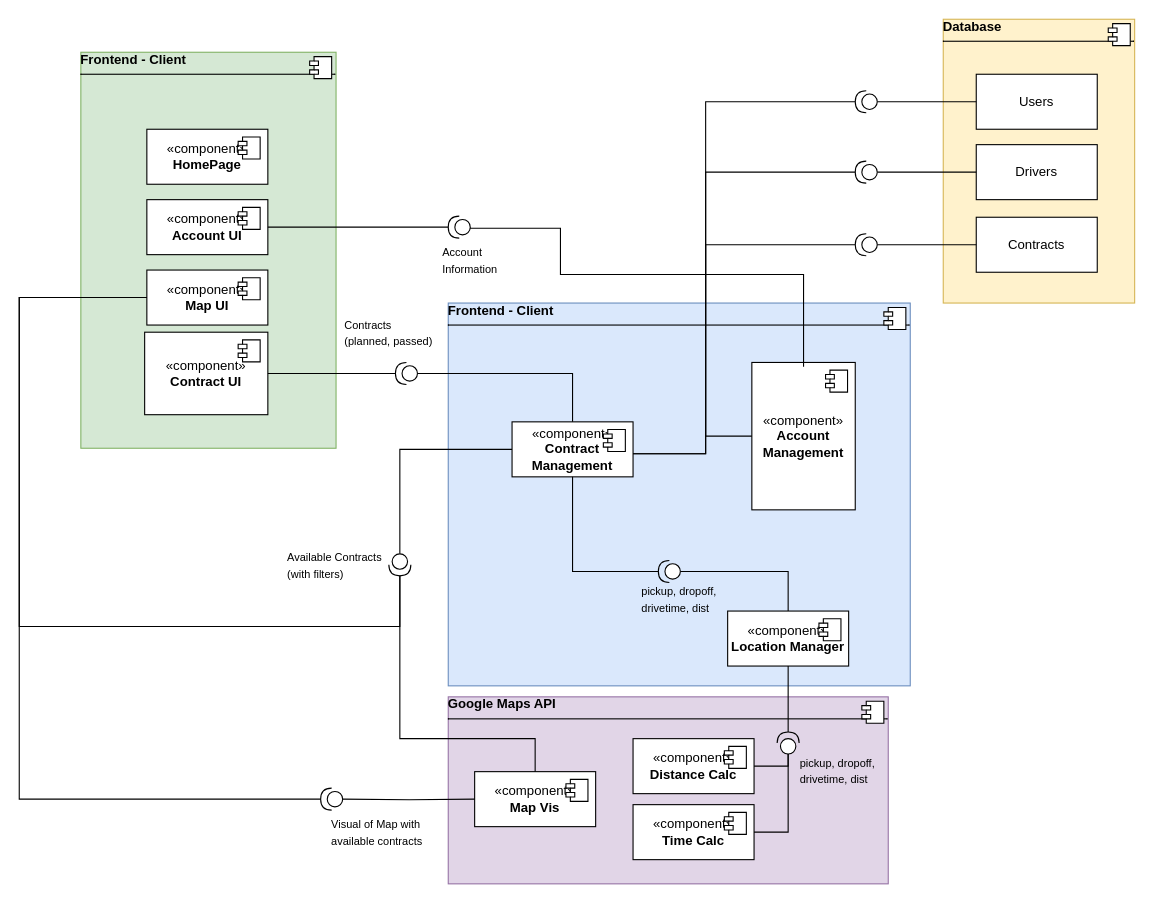
The draw.io diagram Component-Diagram-SoPra-25-Group-39.drawio in dariohug/sopra-25-client, before the edit. Source tidied: cells renumbered, new cells numbered last; positions are measured from the earlier drawing's top-left corner, leaving out a move shared by most shapes. Both pictures are drawn from the tidied source at 110%, with x=0, y=0 at pixel (19, 19).
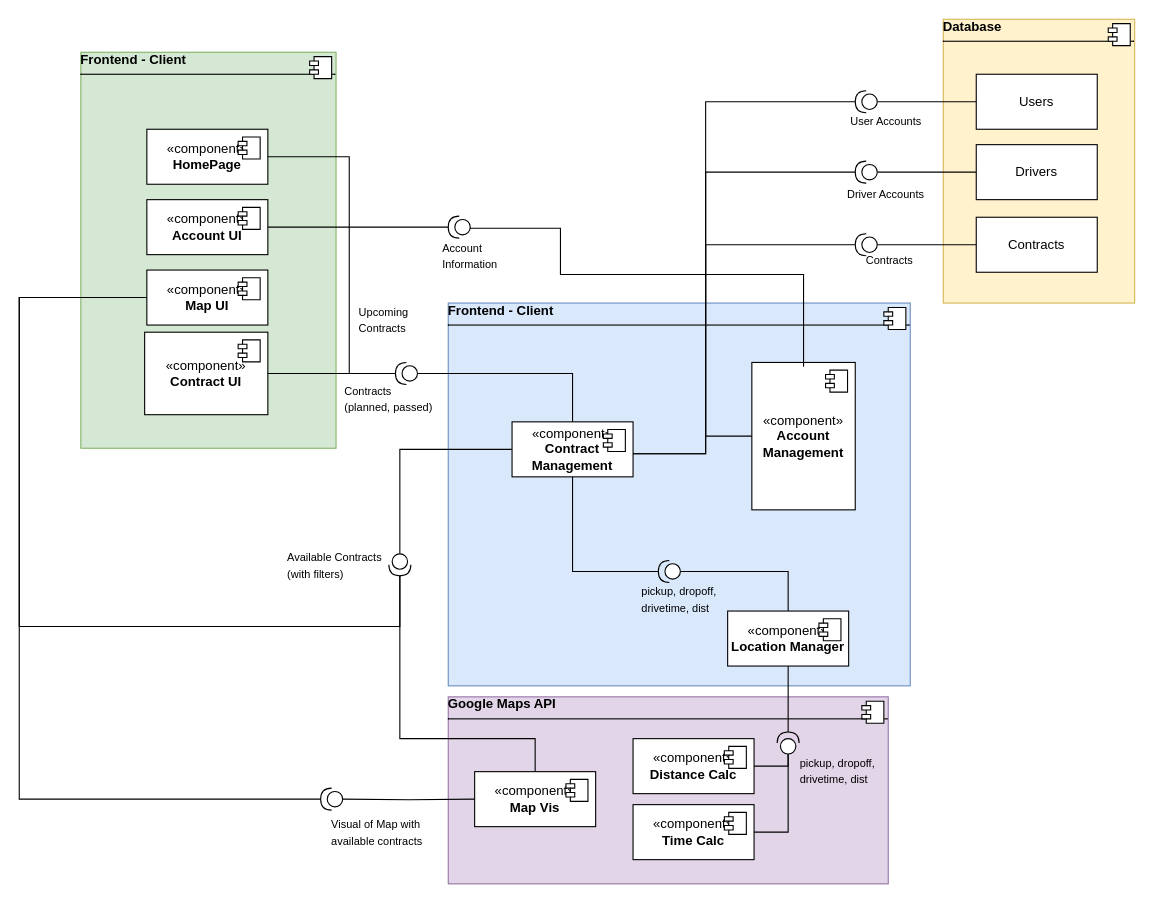
The same page after the edit.

The change refers to these unchanged cells:
```xml
<mxCell id="43" style="shape=providedRequiredInterface;html=1;verticalLabelPosition=bottom;sketch=0;rotation=-180;" parent="1" vertex="1">
  <mxGeometry x="342" y="312" width="20" height="20" as="geometry" />
</mxCell>
<mxCell id="67" value="«component»&lt;br&gt;&lt;b&gt;HomePage&lt;/b&gt;" style="html=1;whiteSpace=wrap;" parent="1" vertex="1">
  <mxGeometry x="116" y="100" width="110" height="50" as="geometry" />
</mxCell>
```

The edit, as a diff of the source:
```diff
@@
     <mxCell id="70" value="&lt;span style=&quot;font-size: 10px;&quot;&gt;Contracts (planned, passed)&amp;nbsp;&lt;/span&gt;" style="text;html=1;align=left;verticalAlign=middle;whiteSpace=wrap;rounded=0;" parent="1" vertex="1">
-      <mxGeometry x="294" y="270" width="89" height="30" as="geometry" />
+      <mxGeometry x="294" y="329.5" width="89" height="30" as="geometry" />
     </mxCell>
     <mxCell id="71" value="&lt;span style=&quot;font-size: 10px;&quot;&gt;Account Information&lt;/span&gt;" style="text;html=1;align=left;verticalAlign=middle;whiteSpace=wrap;rounded=0;" parent="1" vertex="1">
-      <mxGeometry x="383" y="204" width="89" height="30" as="geometry" />
+      <mxGeometry x="383" y="200" width="89" height="30" as="geometry" />
     </mxCell>
+    <mxCell id="72" value="&lt;span style=&quot;font-size: 10px;&quot;&gt;Contracts&lt;/span&gt;" style="text;html=1;align=left;verticalAlign=middle;whiteSpace=wrap;rounded=0;" parent="1" vertex="1">
+      <mxGeometry x="768" y="204" width="89" height="30" as="geometry" />
+    </mxCell>
+    <mxCell id="73" value="&lt;span style=&quot;font-size: 10px;&quot;&gt;Driver Accounts&lt;/span&gt;" style="text;html=1;align=left;verticalAlign=middle;whiteSpace=wrap;rounded=0;" parent="1" vertex="1">
+      <mxGeometry x="751" y="144" width="89" height="30" as="geometry" />
+    </mxCell>
+    <mxCell id="74" value="&lt;span style=&quot;font-size: 10px;&quot;&gt;User Accounts&lt;/span&gt;" style="text;html=1;align=left;verticalAlign=middle;whiteSpace=wrap;rounded=0;" parent="1" vertex="1">
+      <mxGeometry x="754" y="78" width="89" height="30" as="geometry" />
+    </mxCell>
+    <mxCell id="75" style="edgeStyle=orthogonalEdgeStyle;rounded=0;jettySize=auto;html=1;entryX=1;entryY=0.5;entryDx=0;entryDy=0;entryPerimeter=0;endArrow=none;startFill=0;" parent="1" edge="1" source="67" target="43">
+      <mxGeometry relative="1" as="geometry">
+        <Array as="points">
+          <mxPoint x="300" y="125" />
+          <mxPoint x="300" y="322" />
+        </Array>
+      </mxGeometry>
+    </mxCell>
+    <mxCell id="76" value="&lt;span style=&quot;font-size: 10px;&quot;&gt;Upcoming Contracts&lt;/span&gt;" style="text;html=1;align=left;verticalAlign=middle;whiteSpace=wrap;rounded=0;" parent="1" vertex="1">
+      <mxGeometry x="306.5" y="258" width="64.5" height="30" as="geometry" />
+    </mxCell>
```
